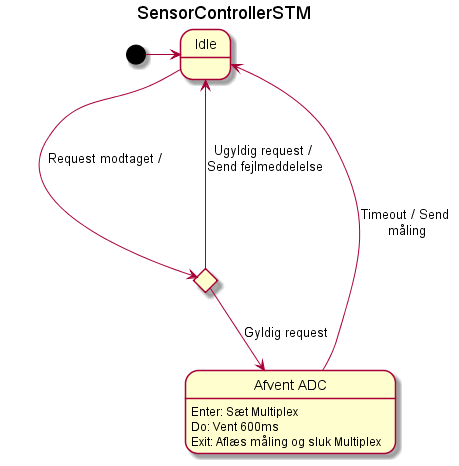
Above: Design/SE/SensorController/Software/SensorControllerSTM/SensorControllerSTM.png in Solvgraa-mager/E4PRJ4 (PlantUML), before the change. The source it was exported from:
```plantuml
@startuml
title SensorControllerSTM

skinparam maxMessageSize 120

state Idle
state EvaluateRequest <<choice>>
state Afvent_ADC as "Afvent ADC"

[*] -> Idle
Idle -> EvaluateRequest : Request modtaget /
EvaluateRequest --> Afvent_ADC : Gyldig request
EvaluateRequest ---> Idle : Ugyldig request / Send fejlmeddelelse
Afvent_ADC -> Idle : Timeout / Send måling

Afvent_ADC : Enter: Sæt Multiplex
Afvent_ADC : Do: Vent 600ms
Afvent_ADC : Exit: Aflæs måling og sluk Multiplex

@enduml
```
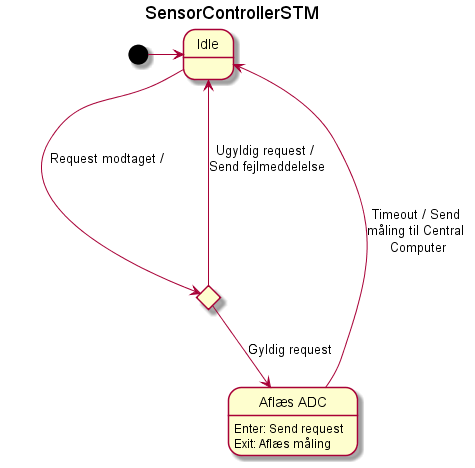
The same diagram one commit later.

The edit, as a diff of the source:
```diff
@@ -1,20 +1,19 @@
-@startuml
+@startuml SensorControllerSTM
 title SensorControllerSTM
 
 skinparam maxMessageSize 120
 
 state Idle
 state EvaluateRequest <<choice>>
-state Afvent_ADC as "Afvent ADC"
+state Afvent_ADC as "Aflæs ADC"
 
 [*] -> Idle
 Idle -> EvaluateRequest : Request modtaget /
 EvaluateRequest --> Afvent_ADC : Gyldig request
 EvaluateRequest ---> Idle : Ugyldig request / Send fejlmeddelelse
-Afvent_ADC -> Idle : Timeout / Send måling
+Afvent_ADC -> Idle : Timeout / Send måling til Central Computer
 
-Afvent_ADC : Enter: Sæt Multiplex
-Afvent_ADC : Do: Vent 600ms
-Afvent_ADC : Exit: Aflæs måling og sluk Multiplex
+Afvent_ADC : Enter: Send request
+Afvent_ADC : Exit: Aflæs måling
 
 @enduml
```
